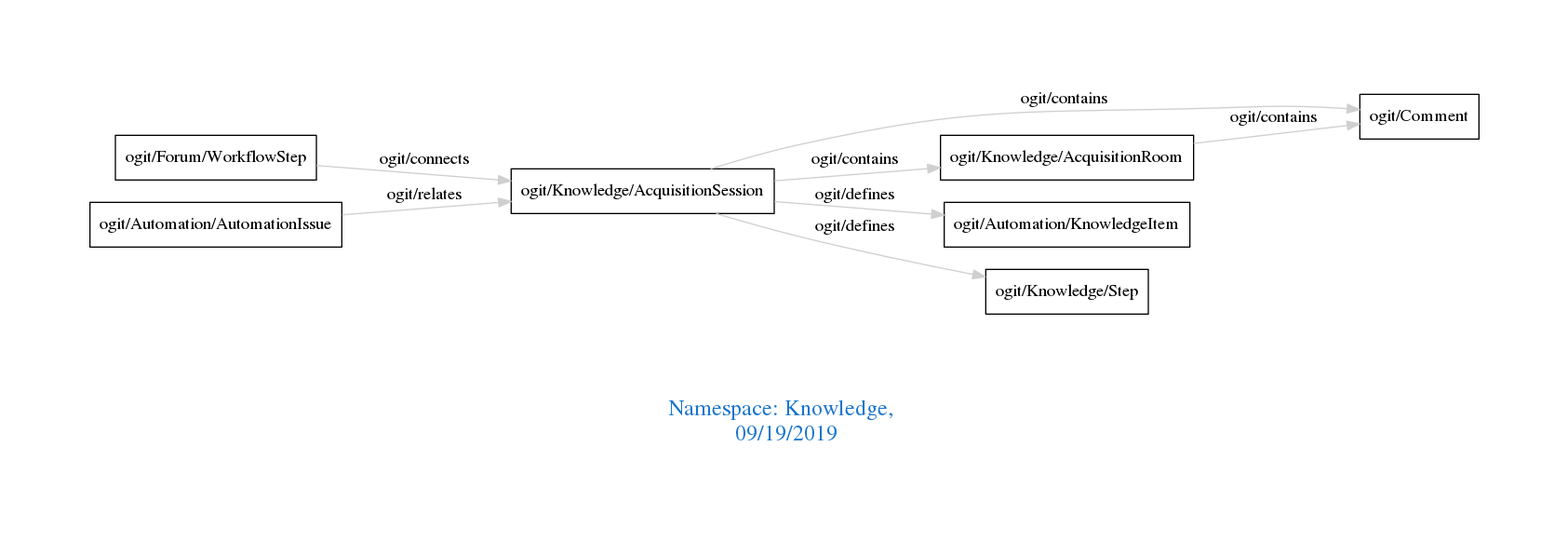
Before: downloads/Knowledge.png, a diagram exported from Graphviz (arago/OGIT). Its source is kept beside it as downloads/Knowledge.dot.
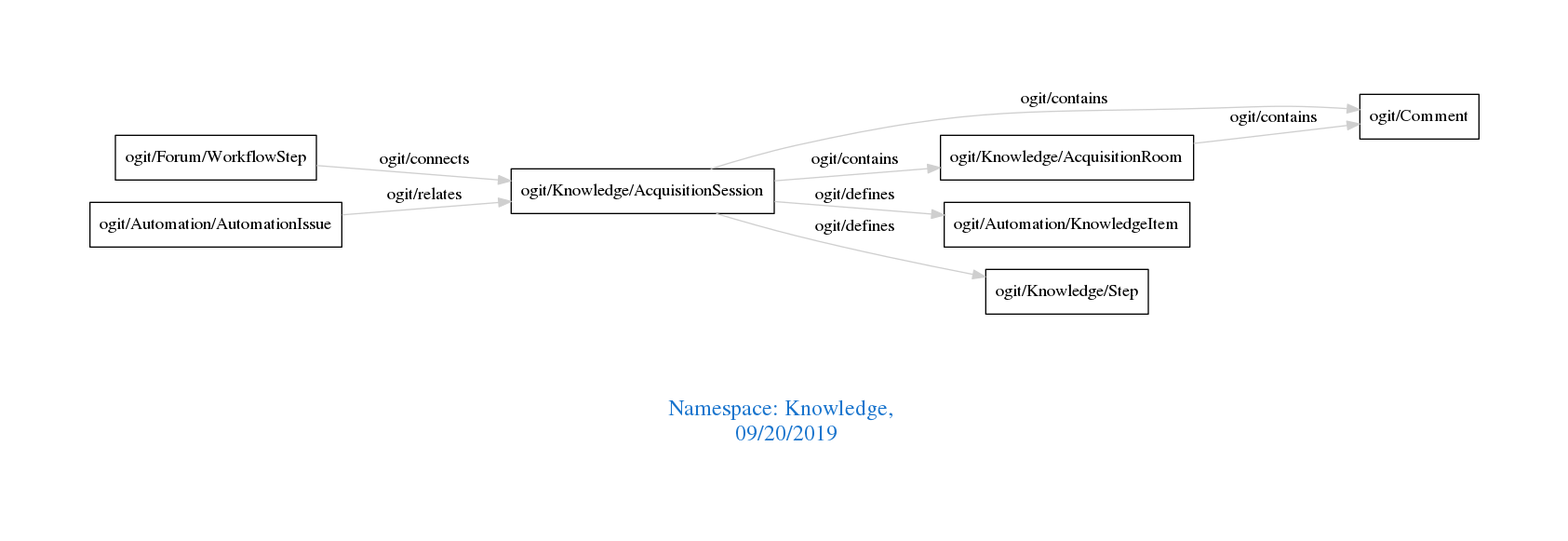
The same diagram one commit later.

Diff of the diagram source:
```diff
@@ -1,7 +1,7 @@
 digraph OGIT_ontology {
  graph [ rankdir= LR,pad=1
 fontsize = 18,
-fontcolor= dodgerblue3,label = "\n\n\nNamespace: Knowledge, \n 09/19/2019"];
+fontcolor= dodgerblue3,label = "\n\n\nNamespace: Knowledge, \n 09/20/2019"];
 node[shape=polygon];
 edge [  color="gray81"];
 
```
